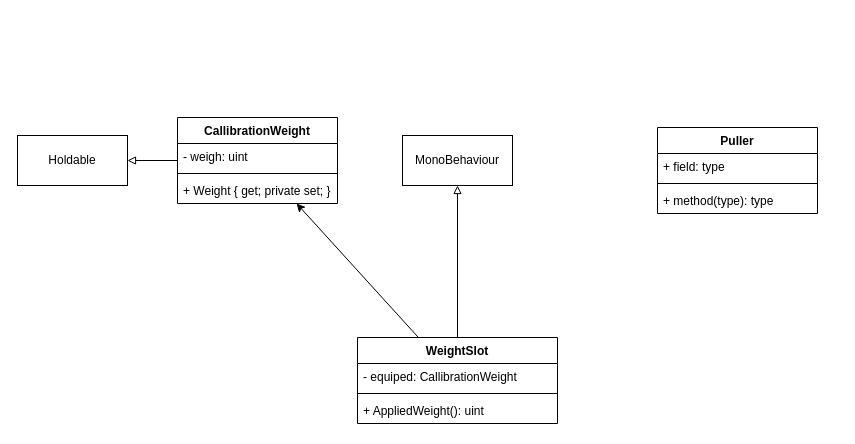
This is Docs/Environment/cls-diagram.drawio from maxleern/NewtonLab, a draw.io file, before an edit. Source tidied: cells renumbered, new cells numbered last; positions are measured from the earlier drawing's top-left corner, leaving out a move shared by most shapes. Both pictures are drawn from the tidied source at 100%, with x=0, y=0 at pixel (17, 117).
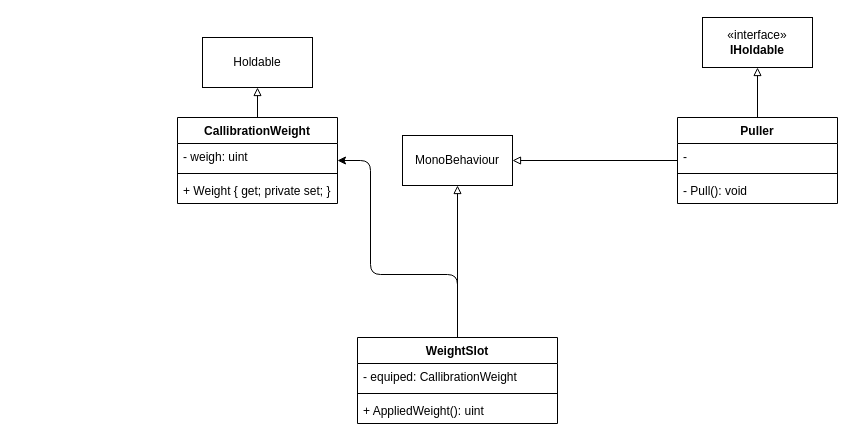
The same diagram, later.

Commit message (it also covers changes not shown here):
Update class diagrams for Environment and Player components; add new diagram for ArtificialPhysics

Unchanged cells that the change refers to:
```xml
<mxCell id="3" value="CallibrationWeight" style="swimlane;fontStyle=1;align=center;verticalAlign=top;horizontal=1;startSize=26;whiteSpace=wrap;html=1;" parent="1" vertex="1">
  <mxGeometry x="160" width="160" height="86" as="geometry" />
</mxCell>
<mxCell id="9" value="WeightSlot" style="swimlane;fontStyle=1;align=center;verticalAlign=top;horizontal=1;startSize=26;whiteSpace=wrap;html=1;" parent="1" vertex="1">
  <mxGeometry x="340" y="220" width="200" height="86" as="geometry" />
</mxCell>
<mxCell id="13" value="MonoBehaviour" style="html=1;whiteSpace=wrap;" parent="1" vertex="1">
  <mxGeometry x="385" y="18" width="110" height="50" as="geometry" />
</mxCell>
```

Diff of the diagram source:
```diff
@@
-    <mxCell id="7" style="edgeStyle=none;html=1;" parent="1" edge="1" source="9" target="3">
-      <mxGeometry relative="1" as="geometry" />
+    <mxCell id="7" style="edgeStyle=orthogonalEdgeStyle;html=1;libavoidRouting=1;" parent="1" edge="1" source="9" target="3">
+      <mxGeometry relative="1" as="geometry">
+        <Array as="points">
+          <mxPoint x="440" y="157" />
+          <mxPoint x="353" y="157" />
+          <mxPoint x="353" y="43" />
+        </Array>
+      </mxGeometry>
     </mxCell>
@@
     <mxCell id="14" value="Holdable" style="html=1;whiteSpace=wrap;" parent="1" vertex="1">
-      <mxGeometry y="18" width="110" height="50" as="geometry" />
+      <mxGeometry x="185" y="-80" width="110" height="50" as="geometry" />
     </mxCell>
+    <mxCell id="19" style="edgeStyle=none;html=1;endArrow=block;endFill=0;" parent="1" edge="1" source="15" target="13">
+      <mxGeometry relative="1" as="geometry" />
+    </mxCell>
+    <mxCell id="20" style="edgeStyle=none;html=1;endArrow=block;endFill=0;" parent="1" edge="1" source="15" target="21">
+      <mxGeometry relative="1" as="geometry" />
+    </mxCell>
     <mxCell id="15" value="Puller" style="swimlane;fontStyle=1;align=center;verticalAlign=top;horizontal=1;startSize=26;whiteSpace=wrap;html=1;" parent="1" vertex="1">
-      <mxGeometry x="640" y="10" width="160" height="86" as="geometry" />
+      <mxGeometry x="660" width="160" height="86" as="geometry" />
     </mxCell>
-    <mxCell id="16" value="+ field: type" style="text;strokeColor=none;fillColor=none;align=left;verticalAlign=top;spacingLeft=4;spacingRight=4;overflow=hidden;whiteSpace=wrap;html=1;" parent="15" vertex="1">
+    <mxCell id="16" value="-&amp;nbsp;" style="text;strokeColor=none;fillColor=none;align=left;verticalAlign=top;spacingLeft=4;spacingRight=4;overflow=hidden;whiteSpace=wrap;html=1;" parent="15" vertex="1">
       <mxGeometry y="26" width="160" height="26" as="geometry" />
     </mxCell>
@@
-    <mxCell id="18" value="+ method(type): type" style="text;strokeColor=none;fillColor=none;align=left;verticalAlign=top;spacingLeft=4;spacingRight=4;overflow=hidden;whiteSpace=wrap;html=1;" parent="15" vertex="1">
+    <mxCell id="18" value="- Pull(): void" style="text;strokeColor=none;fillColor=none;align=left;verticalAlign=top;spacingLeft=4;spacingRight=4;overflow=hidden;whiteSpace=wrap;html=1;" parent="15" vertex="1">
       <mxGeometry y="60" width="160" height="26" as="geometry" />
     </mxCell>
+    <mxCell id="21" value="«interface»&lt;br&gt;&lt;b&gt;IHoldable&lt;/b&gt;" style="html=1;whiteSpace=wrap;" parent="1" vertex="1">
+      <mxGeometry x="685" y="-100" width="110" height="50" as="geometry" />
+    </mxCell>
```
